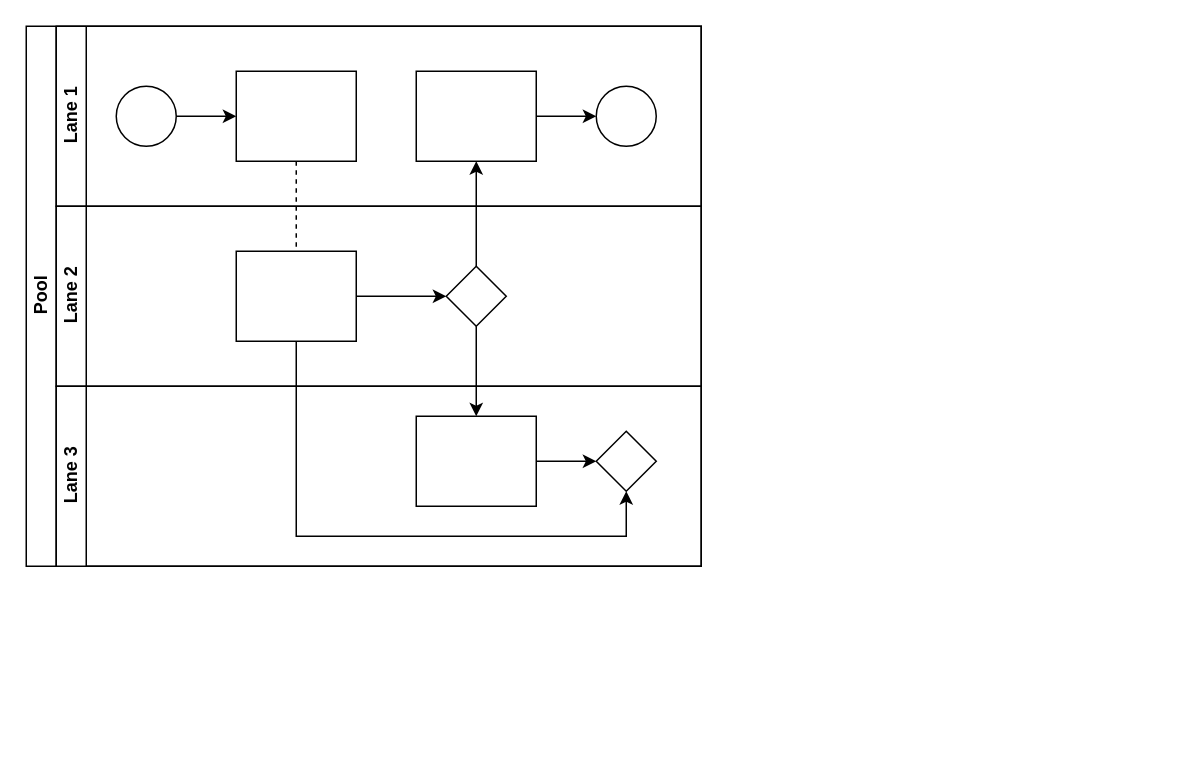
This is Document Creation Process V1.drawio from dcdodd/Fuzzy-Logic-From-David, a draw.io file, before an edit. Source tidied: cells renumbered, new cells numbered last; positions are measured from the earlier drawing's top-left corner, leaving out a move shared by most shapes. Both pictures are drawn from the tidied source at 150%, with x=0, y=0 at pixel (26, 26).
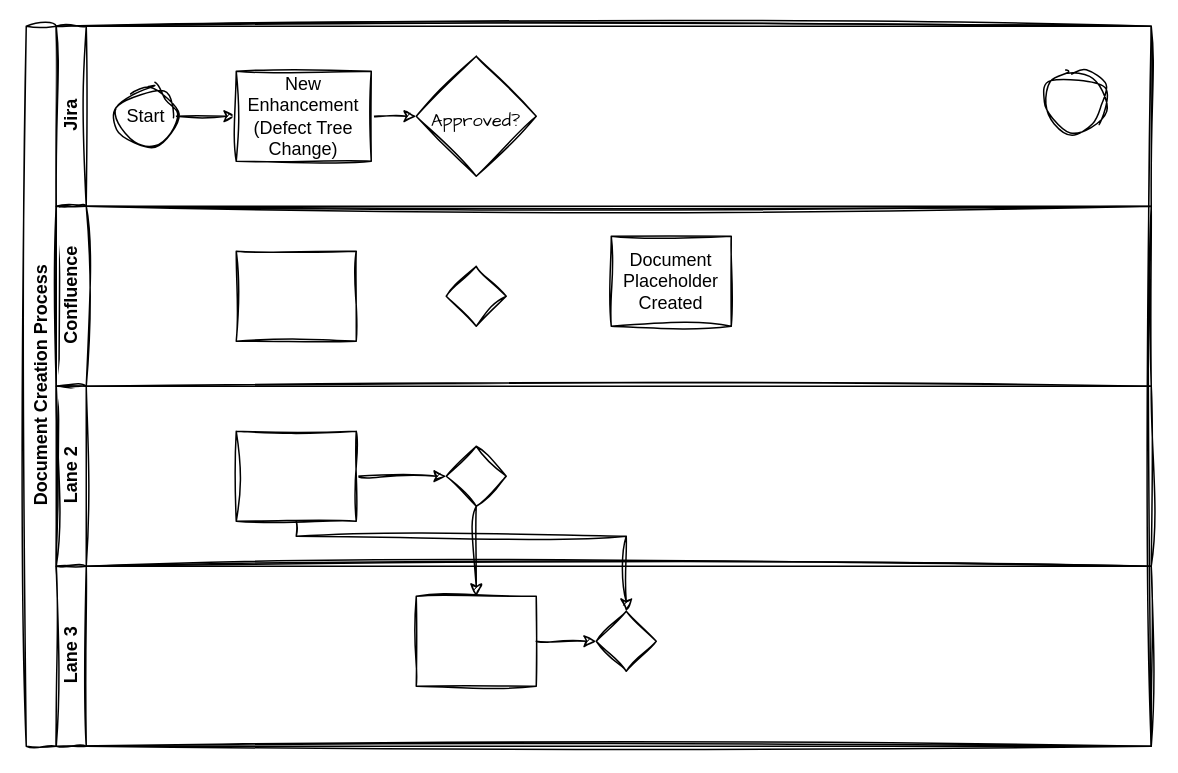
The same page after the edit.

The edit, as a diff of the source:
```diff
@@
-    <mxCell id="2" value="Pool" style="swimlane;html=1;horizontal=0;startSize=20;" parent="1" vertex="1">
-      <mxGeometry width="450" height="360" as="geometry" />
+    <mxCell id="2" value="Document Creation Process" style="swimlane;html=1;horizontal=0;startSize=20;sketch=1;curveFitting=1;jiggle=2;" parent="1" vertex="1">
+      <mxGeometry width="750" height="480" as="geometry" />
     </mxCell>
-    <mxCell id="3" style="edgeStyle=orthogonalEdgeStyle;rounded=0;jettySize=auto;html=1;dashed=1;endArrow=none;endFill=0;" parent="2" edge="1" source="10" target="16">
-      <mxGeometry relative="1" as="geometry" />
-    </mxCell>
-    <mxCell id="4" style="edgeStyle=orthogonalEdgeStyle;rounded=0;jettySize=auto;html=1;endArrow=classic;endFill=1;" parent="2" edge="1" source="17" target="12">
-      <mxGeometry relative="1" as="geometry" />
-    </mxCell>
-    <mxCell id="5" style="edgeStyle=orthogonalEdgeStyle;rounded=0;jettySize=auto;html=1;endArrow=classic;endFill=1;" parent="2" edge="1" source="17" target="20">
+    <mxCell id="5" style="edgeStyle=orthogonalEdgeStyle;rounded=0;jettySize=auto;html=1;endArrow=classic;endFill=1;sketch=1;curveFitting=1;jiggle=2;" parent="2" edge="1" source="17" target="20">
       <mxGeometry relative="1" as="geometry" />
     </mxCell>
-    <mxCell id="6" style="edgeStyle=orthogonalEdgeStyle;rounded=0;jettySize=auto;html=1;endArrow=classic;endFill=1;" parent="2" edge="1" source="16" target="21">
+    <mxCell id="6" style="edgeStyle=orthogonalEdgeStyle;rounded=0;jettySize=auto;html=1;endArrow=classic;endFill=1;sketch=1;curveFitting=1;jiggle=2;" parent="2" edge="1" source="16" target="21">
       <mxGeometry relative="1" as="geometry">
         <Array as="points">
           <mxPoint x="180" y="340" />
           <mxPoint x="400" y="340" />
         </Array>
       </mxGeometry>
     </mxCell>
-    <mxCell id="7" value="Lane 1" style="swimlane;html=1;startSize=20;horizontal=0;" parent="2" vertex="1">
-      <mxGeometry x="20" width="430" height="120" as="geometry" />
+    <mxCell id="7" value="Jira" style="swimlane;html=1;startSize=20;horizontal=0;sketch=1;curveFitting=1;jiggle=2;" parent="2" vertex="1">
+      <mxGeometry x="20" width="730" height="120" as="geometry" />
     </mxCell>
-    <mxCell id="8" style="edgeStyle=orthogonalEdgeStyle;rounded=0;jettySize=auto;html=1;" parent="7" edge="1" source="9" target="10">
+    <mxCell id="8" style="edgeStyle=orthogonalEdgeStyle;rounded=0;jettySize=auto;html=1;sketch=1;curveFitting=1;jiggle=2;" parent="7" edge="1" source="9" target="10">
       <mxGeometry relative="1" as="geometry" />
     </mxCell>
-    <mxCell id="9" style="ellipse;whiteSpace=wrap;html=1;" parent="7" vertex="1">
+    <mxCell id="9" value="Start" style="ellipse;whiteSpace=wrap;html=1;sketch=1;curveFitting=1;jiggle=2;" parent="7" vertex="1">
       <mxGeometry x="40" y="40" width="40" height="40" as="geometry" />
     </mxCell>
+    <mxCell id="22" style="edgeStyle=orthogonalEdgeStyle;rounded=0;sketch=1;hachureGap=4;jiggle=2;curveFitting=1;jettySize=auto;html=1;exitX=1;exitY=0.5;exitDx=0;exitDy=0;entryX=0;entryY=0.5;entryDx=0;entryDy=0;fontFamily=Architects Daughter;fontSize=16;" parent="7" edge="1" source="10" target="23">
+      <mxGeometry relative="1" as="geometry" />
+    </mxCell>
-    <mxCell id="10" style="rounded=0;whiteSpace=wrap;html=1;fontFamily=Helvetica;fontSize=12;fontColor=#000000;align=center;" parent="7" vertex="1">
-      <mxGeometry x="120" y="30" width="80" height="60" as="geometry" />
+    <mxCell id="10" value="New Enhancement (Defect Tree Change)" style="rounded=0;whiteSpace=wrap;html=1;fontFamily=Helvetica;fontSize=12;fontColor=#000000;align=center;sketch=1;curveFitting=1;jiggle=2;" parent="7" vertex="1">
+      <mxGeometry x="120" y="30" width="90" height="60" as="geometry" />
     </mxCell>
-    <mxCell id="11" style="edgeStyle=orthogonalEdgeStyle;rounded=0;jettySize=auto;html=1;endArrow=classic;endFill=1;" parent="7" edge="1" source="12" target="13">
-      <mxGeometry relative="1" as="geometry" />
-    </mxCell>
+    <mxCell id="13" style="ellipse;whiteSpace=wrap;html=1;sketch=1;curveFitting=1;jiggle=2;" parent="7" vertex="1">
+      <mxGeometry x="660" y="30" width="40" height="40" as="geometry" />
+    </mxCell>
+    <mxCell id="23" value="&lt;font style=&quot;font-size: 12px;&quot;&gt;&amp;nbsp;Approved?&amp;nbsp;&lt;/font&gt;" style="rhombus;whiteSpace=wrap;html=1;sketch=1;hachureGap=4;jiggle=2;curveFitting=1;fontFamily=Architects Daughter;fontSize=20;" parent="7" vertex="1">
+      <mxGeometry x="240" y="20" width="80" height="80" as="geometry" />
+    </mxCell>
+    <mxCell id="24" value="Confluence" style="swimlane;html=1;startSize=20;horizontal=0;sketch=1;curveFitting=1;jiggle=2;" parent="2" vertex="1">
+      <mxGeometry x="20" y="120" width="730" height="120" as="geometry" />
+    </mxCell>
+    <mxCell id="25" style="rounded=0;whiteSpace=wrap;html=1;fontFamily=Helvetica;fontSize=12;fontColor=#000000;align=center;sketch=1;curveFitting=1;jiggle=2;" parent="24" vertex="1">
+      <mxGeometry x="120" y="30" width="80" height="60" as="geometry" />
+    </mxCell>
+    <mxCell id="26" style="rhombus;whiteSpace=wrap;html=1;fontFamily=Helvetica;fontSize=12;fontColor=#000000;align=center;sketch=1;curveFitting=1;jiggle=2;" parent="24" vertex="1">
+      <mxGeometry x="260" y="40" width="40" height="40" as="geometry" />
+    </mxCell>
-    <mxCell id="12" style="rounded=0;whiteSpace=wrap;html=1;fontFamily=Helvetica;fontSize=12;fontColor=#000000;align=center;" parent="7" vertex="1">
-      <mxGeometry x="240" y="30" width="80" height="60" as="geometry" />
+    <mxCell id="12" value="Document Placeholder Created" style="rounded=0;whiteSpace=wrap;html=1;fontFamily=Helvetica;fontSize=12;fontColor=#000000;align=center;sketch=1;curveFitting=1;jiggle=2;" parent="24" vertex="1">
+      <mxGeometry x="370" y="20" width="80" height="60" as="geometry" />
     </mxCell>
-    <mxCell id="13" style="ellipse;whiteSpace=wrap;html=1;" parent="7" vertex="1">
-      <mxGeometry x="360" y="40" width="40" height="40" as="geometry" />
-    </mxCell>
-    <mxCell id="14" value="Lane 2" style="swimlane;html=1;startSize=20;horizontal=0;" parent="2" vertex="1">
-      <mxGeometry x="20" y="120" width="430" height="120" as="geometry" />
+    <mxCell id="14" value="Lane 2" style="swimlane;html=1;startSize=20;horizontal=0;sketch=1;curveFitting=1;jiggle=2;" parent="2" vertex="1">
+      <mxGeometry x="20" y="240" width="730" height="120" as="geometry" />
     </mxCell>
-    <mxCell id="15" style="edgeStyle=orthogonalEdgeStyle;rounded=0;jettySize=auto;html=1;endArrow=classic;endFill=1;" parent="14" edge="1" source="16" target="17">
+    <mxCell id="15" style="edgeStyle=orthogonalEdgeStyle;rounded=0;jettySize=auto;html=1;endArrow=classic;endFill=1;sketch=1;curveFitting=1;jiggle=2;" parent="14" edge="1" source="16" target="17">
       <mxGeometry relative="1" as="geometry" />
     </mxCell>
-    <mxCell id="16" style="rounded=0;whiteSpace=wrap;html=1;fontFamily=Helvetica;fontSize=12;fontColor=#000000;align=center;" parent="14" vertex="1">
+    <mxCell id="16" style="rounded=0;whiteSpace=wrap;html=1;fontFamily=Helvetica;fontSize=12;fontColor=#000000;align=center;sketch=1;curveFitting=1;jiggle=2;" parent="14" vertex="1">
       <mxGeometry x="120" y="30" width="80" height="60" as="geometry" />
     </mxCell>
-    <mxCell id="17" style="rhombus;whiteSpace=wrap;html=1;fontFamily=Helvetica;fontSize=12;fontColor=#000000;align=center;" parent="14" vertex="1">
+    <mxCell id="17" style="rhombus;whiteSpace=wrap;html=1;fontFamily=Helvetica;fontSize=12;fontColor=#000000;align=center;sketch=1;curveFitting=1;jiggle=2;" parent="14" vertex="1">
       <mxGeometry x="260" y="40" width="40" height="40" as="geometry" />
     </mxCell>
-    <mxCell id="18" value="Lane 3" style="swimlane;html=1;startSize=20;horizontal=0;" parent="2" vertex="1">
-      <mxGeometry x="20" y="240" width="430" height="120" as="geometry" />
+    <mxCell id="18" value="Lane 3" style="swimlane;html=1;startSize=20;horizontal=0;sketch=1;curveFitting=1;jiggle=2;" parent="2" vertex="1">
+      <mxGeometry x="20" y="360" width="730" height="120" as="geometry" />
     </mxCell>
-    <mxCell id="19" style="edgeStyle=orthogonalEdgeStyle;rounded=0;jettySize=auto;html=1;endArrow=classic;endFill=1;" parent="18" edge="1" source="20" target="21">
+    <mxCell id="19" style="edgeStyle=orthogonalEdgeStyle;rounded=0;jettySize=auto;html=1;endArrow=classic;endFill=1;sketch=1;curveFitting=1;jiggle=2;" parent="18" edge="1" source="20" target="21">
       <mxGeometry relative="1" as="geometry" />
     </mxCell>
-    <mxCell id="20" style="rounded=0;whiteSpace=wrap;html=1;fontFamily=Helvetica;fontSize=12;fontColor=#000000;align=center;" parent="18" vertex="1">
+    <mxCell id="20" style="rounded=0;whiteSpace=wrap;html=1;fontFamily=Helvetica;fontSize=12;fontColor=#000000;align=center;sketch=1;curveFitting=1;jiggle=2;" parent="18" vertex="1">
       <mxGeometry x="240" y="20" width="80" height="60" as="geometry" />
     </mxCell>
-    <mxCell id="21" style="rhombus;whiteSpace=wrap;html=1;fontFamily=Helvetica;fontSize=12;fontColor=#000000;align=center;" parent="18" vertex="1">
+    <mxCell id="21" style="rhombus;whiteSpace=wrap;html=1;fontFamily=Helvetica;fontSize=12;fontColor=#000000;align=center;sketch=1;curveFitting=1;jiggle=2;" parent="18" vertex="1">
       <mxGeometry x="360" y="30" width="40" height="40" as="geometry" />
     </mxCell>
```
